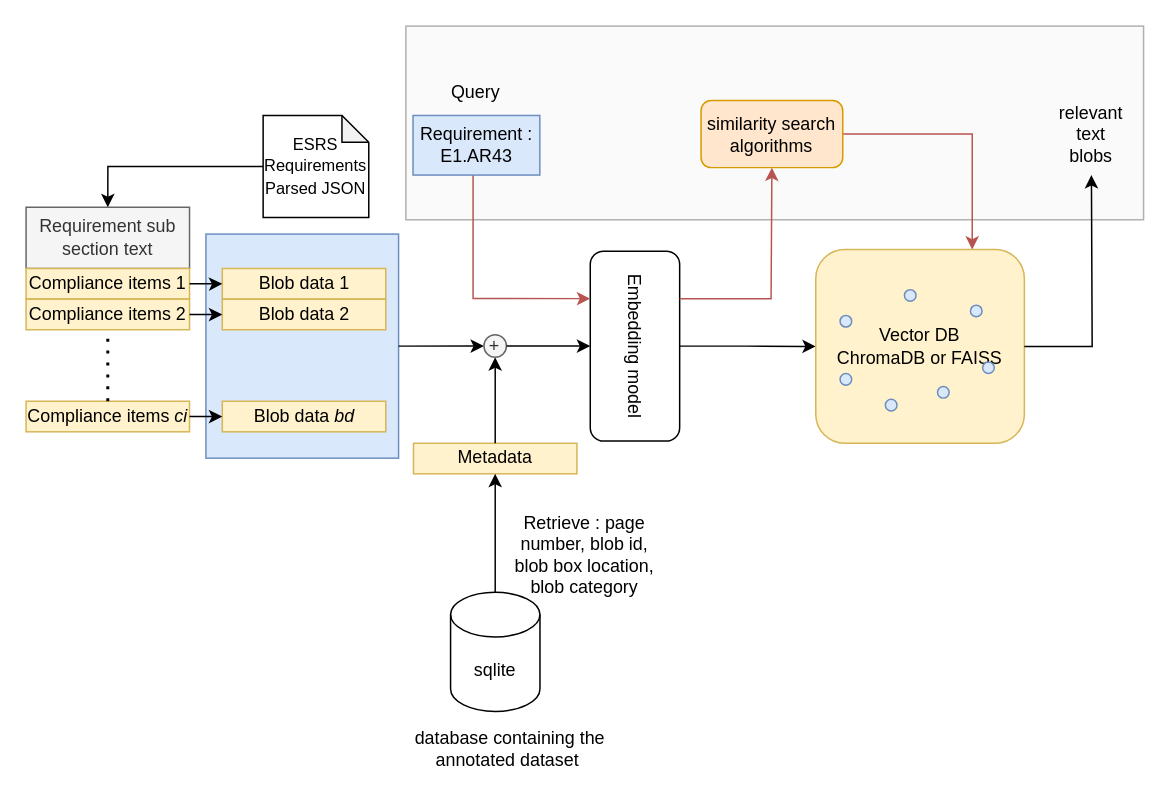
prabhupad26/100daysofML keeps this draw.io diagram as page "Page-9" (9 of 14) of ir_sys.drawio. Above is the earlier version. Source tidied: cells renumbered, new cells numbered last; positions are measured from the earlier drawing's top-left corner, leaving out a move shared by most shapes. Both pictures are drawn from the tidied source at 149%, with x=0, y=0 at pixel (25, 25).
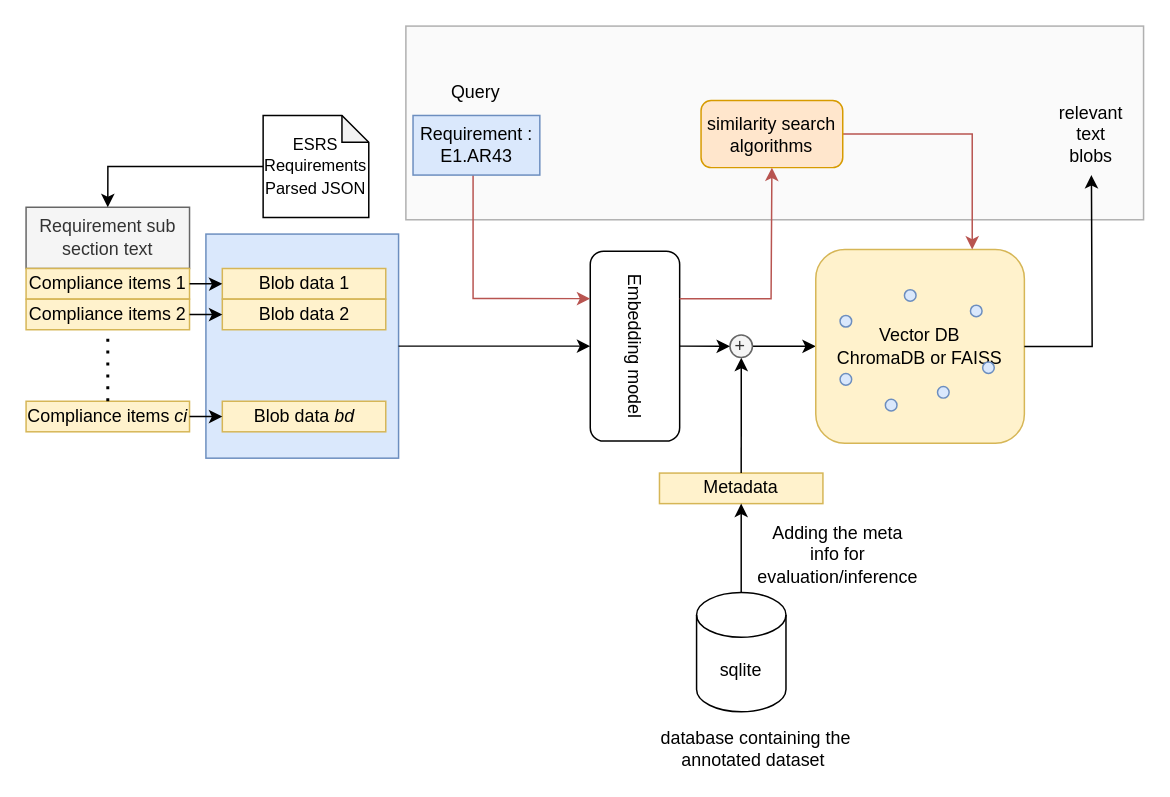
After the change.

Unchanged cells that the change refers to:
```xml
<mxCell id="4" style="rounded=0;whiteSpace=wrap;html=1;fillColor=#dae8fc;strokeColor=#6c8ebf;" parent="3" vertex="1">
  <mxGeometry x="120.7" y="79.6" width="129.3" height="150.4" as="geometry" />
</mxCell>
<mxCell id="19" value="Embedding model" style="rounded=1;whiteSpace=wrap;html=1;rotation=90;" parent="1" vertex="1">
  <mxGeometry x="344.9" y="184.8" width="127.5" height="60" as="geometry" />
</mxCell>
<mxCell id="22" value="Vector DB&lt;br&gt;ChromaDB or FAISS" style="rounded=1;whiteSpace=wrap;html=1;fillColor=#fff2cc;strokeColor=#d6b656;" parent="21" vertex="1">
  <mxGeometry width="140" height="130" as="geometry" />
</mxCell>
```

Change to the diagram source:
```diff
@@
-    <mxCell id="18" style="edgeStyle=orthogonalEdgeStyle;rounded=0;jettySize=auto;html=1;" parent="1" edge="1" source="19" target="22">
+    <mxCell id="18" style="edgeStyle=orthogonalEdgeStyle;rounded=0;jettySize=auto;html=1;exitX=1;exitY=0.5;exitDx=0;exitDy=0;" parent="1" edge="1" source="38" target="22">
       <mxGeometry relative="1" as="geometry" />
     </mxCell>
@@
     <mxCell id="30" value="Metadata" style="rounded=0;whiteSpace=wrap;html=1;fillColor=#fff2cc;strokeColor=#d6b656;" parent="1" vertex="1">
-      <mxGeometry x="260" y="280" width="109.7" height="20.5" as="geometry" />
+      <mxGeometry x="425.1" y="300" width="109.7" height="20.5" as="geometry" />
     </mxCell>
@@
     <mxCell id="32" value="sqlite" style="shape=cylinder3;whiteSpace=wrap;html=1;boundedLbl=1;backgroundOutline=1;size=15;" parent="1" vertex="1">
-      <mxGeometry x="284.9" y="380" width="60" height="80" as="geometry" />
+      <mxGeometry x="450" y="380.2" width="60" height="80" as="geometry" />
     </mxCell>
@@
     <mxCell id="34" value="database containing the annotated dataset&amp;nbsp;" style="text;html=1;align=center;verticalAlign=middle;whiteSpace=wrap;rounded=0;" parent="1" vertex="1">
-      <mxGeometry x="234.9" y="470" width="180" height="30" as="geometry" />
+      <mxGeometry x="400" y="470.2" width="180" height="30" as="geometry" />
     </mxCell>
-    <mxCell id="35" style="endArrow=classic;html=1;rounded=0;exitX=1;exitY=0.5;exitDx=0;exitDy=0;" parent="1" edge="1" source="38">
-      <mxGeometry relative="1" as="geometry">
-        <mxPoint x="310" y="215" as="targetPoint" />
-      </mxGeometry>
-    </mxCell>
-    <mxCell id="36" style="endArrow=classic;html=1;rounded=0;exitX=0.5;exitY=0;exitDx=0;exitDy=0;entryX=0.5;entryY=1;entryDx=0;entryDy=0;" parent="1" edge="1" source="30" target="38">
-      <mxGeometry relative="1" as="geometry" />
+    <mxCell id="36" style="endArrow=classic;html=1;rounded=0;exitX=0.5;exitY=0;exitDx=0;exitDy=0;entryX=0.5;entryY=1;entryDx=0;entryDy=0;" parent="1" edge="1" source="30">
+      <mxGeometry relative="1" as="geometry">
+        <mxPoint x="480" y="222.6" as="targetPoint" />
+      </mxGeometry>
     </mxCell>
-    <mxCell id="37" style="endArrow=classic;html=1;rounded=0;exitX=1;exitY=0.5;exitDx=0;exitDy=0;" parent="1" edge="1" source="4" target="38">
+    <mxCell id="37" style="endArrow=classic;html=1;rounded=0;exitX=1;exitY=0.5;exitDx=0;exitDy=0;" parent="1" edge="1" source="4" target="19">
       <mxGeometry relative="1" as="geometry" />
     </mxCell>
-    <mxCell id="38" value="+" style="ellipse;whiteSpace=wrap;html=1;fillColor=#f5f5f5;fontColor=#333333;strokeColor=#666666;" parent="1" vertex="1">
-      <mxGeometry x="307.3" y="207.2" width="15.1" height="15.1" as="geometry" />
-    </mxCell>
-    <mxCell id="39" style="endArrow=classic;html=1;rounded=0;exitX=1;exitY=0.5;exitDx=0;exitDy=0;" parent="1" edge="1" source="38" target="19">
-      <mxGeometry relative="1" as="geometry" />
-    </mxCell>
@@
-    <mxCell id="45" value="Retrieve : page number, blob id, blob box location, blob category" style="text;html=1;align=center;verticalAlign=middle;whiteSpace=wrap;rounded=0;" parent="1" vertex="1">
-      <mxGeometry x="320" y="340" width="110" height="30" as="geometry" />
-    </mxCell>
@@
+    <mxCell id="38" value="+" style="ellipse;whiteSpace=wrap;html=1;fillColor=#f5f5f5;fontColor=#333333;strokeColor=#666666;" parent="1" vertex="1">
+      <mxGeometry x="472.4" y="207.4" width="15.1" height="15.1" as="geometry" />
+    </mxCell>
+    <mxCell id="47" style="endArrow=classic;html=1;rounded=0;exitX=0.5;exitY=0;exitDx=0;exitDy=0;entryX=0;entryY=0.5;entryDx=0;entryDy=0;" parent="1" edge="1" source="19" target="38">
+      <mxGeometry relative="1" as="geometry" />
+    </mxCell>
+    <mxCell id="48" value="Adding the meta info for evaluation/inference" style="text;html=1;align=center;verticalAlign=middle;whiteSpace=wrap;rounded=0;" parent="1" vertex="1">
+      <mxGeometry x="490" y="340" width="110" height="30" as="geometry" />
+    </mxCell>
```
